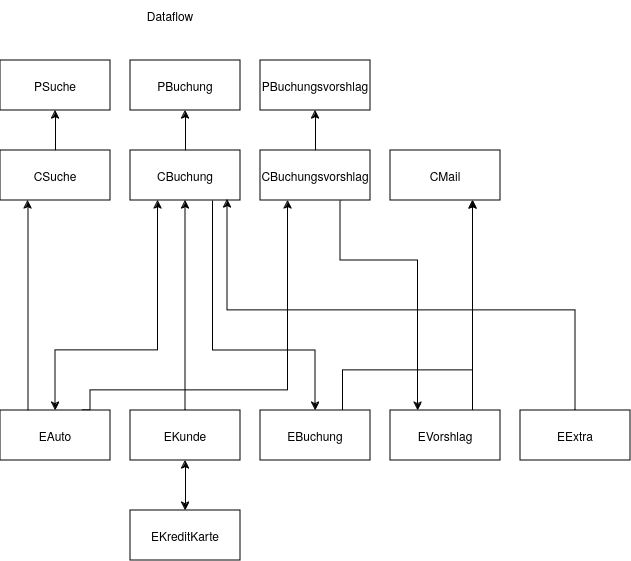
Before: sw-eng-07.drawio.png, a diagram exported from draw.io (MassimiIiano/software-eng-projects-uni). Source tidied: cells renumbered, new cells last; positions are measured from the earlier drawing's top-left corner, leaving out a move shared by most shapes. Its diagram source:
```xml
<mxGraphModel>
  <root>
    <mxCell id="0" />
    <mxCell id="1" parent="0" />
    <mxCell id="2" value="PSuche" style="html=1;whiteSpace=wrap;" parent="1" vertex="1">
      <mxGeometry y="60" width="110" height="50" as="geometry" />
    </mxCell>
    <mxCell id="3" style="edgeStyle=orthogonalEdgeStyle;rounded=0;jettySize=auto;html=1;" parent="1" edge="1" source="4" target="2">
      <mxGeometry relative="1" as="geometry" />
    </mxCell>
    <mxCell id="4" value="CSuche" style="html=1;whiteSpace=wrap;" parent="1" vertex="1">
      <mxGeometry y="150" width="110" height="50" as="geometry" />
    </mxCell>
    <mxCell id="5" style="edgeStyle=orthogonalEdgeStyle;rounded=0;jettySize=auto;html=1;exitX=0.75;exitY=1;exitDx=0;exitDy=0;" parent="1" edge="1" source="7" target="17">
      <mxGeometry relative="1" as="geometry">
        <Array as="points">
          <mxPoint x="213" y="350" />
          <mxPoint x="315" y="350" />
        </Array>
      </mxGeometry>
    </mxCell>
    <mxCell id="6" style="edgeStyle=orthogonalEdgeStyle;rounded=0;jettySize=auto;html=1;" parent="1" edge="1" source="7" target="8">
      <mxGeometry relative="1" as="geometry" />
    </mxCell>
    <mxCell id="7" value="CBuchung" style="html=1;whiteSpace=wrap;" parent="1" vertex="1">
      <mxGeometry x="130" y="150" width="110" height="50" as="geometry" />
    </mxCell>
    <mxCell id="8" value="PBuchung" style="html=1;whiteSpace=wrap;" parent="1" vertex="1">
      <mxGeometry x="130" y="60" width="110" height="50" as="geometry" />
    </mxCell>
    <mxCell id="9" style="edgeStyle=orthogonalEdgeStyle;rounded=0;jettySize=auto;html=1;entryX=0.25;entryY=1;entryDx=0;entryDy=0;exitX=0.25;exitY=0;exitDx=0;exitDy=0;" parent="1" edge="1" source="12" target="4">
      <mxGeometry relative="1" as="geometry" />
    </mxCell>
    <mxCell id="10" style="edgeStyle=orthogonalEdgeStyle;rounded=0;jettySize=auto;html=1;entryX=0.25;entryY=1;entryDx=0;entryDy=0;startArrow=classic;startFill=1;" parent="1" edge="1" source="12" target="7">
      <mxGeometry relative="1" as="geometry">
        <Array as="points">
          <mxPoint x="55" y="350" />
          <mxPoint x="158" y="350" />
        </Array>
      </mxGeometry>
    </mxCell>
    <mxCell id="11" style="edgeStyle=orthogonalEdgeStyle;rounded=0;jettySize=auto;html=1;entryX=0.25;entryY=1;entryDx=0;entryDy=0;exitX=0.75;exitY=0;exitDx=0;exitDy=0;" parent="1" edge="1" source="12" target="23">
      <mxGeometry relative="1" as="geometry">
        <Array as="points">
          <mxPoint x="90" y="410" />
          <mxPoint x="90" y="390" />
          <mxPoint x="288" y="390" />
        </Array>
      </mxGeometry>
    </mxCell>
    <mxCell id="12" value="EAuto" style="html=1;whiteSpace=wrap;" parent="1" vertex="1">
      <mxGeometry y="410" width="110" height="50" as="geometry" />
    </mxCell>
    <mxCell id="13" style="edgeStyle=orthogonalEdgeStyle;rounded=0;jettySize=auto;html=1;entryX=0.5;entryY=1;entryDx=0;entryDy=0;startArrow=none;startFill=0;exitX=0.5;exitY=0;exitDx=0;exitDy=0;" parent="1" edge="1" source="15" target="7">
      <mxGeometry relative="1" as="geometry">
        <Array as="points">
          <mxPoint x="185" y="360" />
          <mxPoint x="185" y="360" />
        </Array>
      </mxGeometry>
    </mxCell>
    <mxCell id="14" style="edgeStyle=orthogonalEdgeStyle;rounded=0;jettySize=auto;html=1;startArrow=classic;startFill=1;" parent="1" edge="1" source="15" target="24">
      <mxGeometry relative="1" as="geometry" />
    </mxCell>
    <mxCell id="15" value="EKunde" style="html=1;whiteSpace=wrap;" parent="1" vertex="1">
      <mxGeometry x="130" y="410" width="110" height="50" as="geometry" />
    </mxCell>
    <mxCell id="16" style="edgeStyle=orthogonalEdgeStyle;rounded=0;jettySize=auto;html=1;entryX=0.75;entryY=1;entryDx=0;entryDy=0;exitX=0.75;exitY=0;exitDx=0;exitDy=0;" parent="1" edge="1" source="17" target="27">
      <mxGeometry relative="1" as="geometry">
        <Array as="points">
          <mxPoint x="343" y="370" />
          <mxPoint x="473" y="370" />
        </Array>
      </mxGeometry>
    </mxCell>
    <mxCell id="17" value="EBuchung" style="html=1;whiteSpace=wrap;" parent="1" vertex="1">
      <mxGeometry x="260" y="410" width="110" height="50" as="geometry" />
    </mxCell>
    <mxCell id="18" value="PBuchungsvorshlag" style="html=1;whiteSpace=wrap;" parent="1" vertex="1">
      <mxGeometry x="260" y="60" width="110" height="50" as="geometry" />
    </mxCell>
    <mxCell id="19" style="edgeStyle=orthogonalEdgeStyle;rounded=0;jettySize=auto;html=1;entryX=0.75;entryY=1;entryDx=0;entryDy=0;" parent="1" edge="1" source="20" target="27">
      <mxGeometry relative="1" as="geometry">
        <Array as="points">
          <mxPoint x="473" y="305" />
        </Array>
      </mxGeometry>
    </mxCell>
    <mxCell id="20" value="EVorshlag" style="html=1;whiteSpace=wrap;" parent="1" vertex="1">
      <mxGeometry x="390" y="410" width="110" height="50" as="geometry" />
    </mxCell>
    <mxCell id="21" style="edgeStyle=orthogonalEdgeStyle;rounded=0;jettySize=auto;html=1;entryX=0.25;entryY=0;entryDx=0;entryDy=0;exitX=0.75;exitY=1;exitDx=0;exitDy=0;" parent="1" edge="1" source="23" target="20">
      <mxGeometry relative="1" as="geometry">
        <Array as="points">
          <mxPoint x="340" y="200" />
          <mxPoint x="340" y="260" />
          <mxPoint x="418" y="260" />
        </Array>
      </mxGeometry>
    </mxCell>
    <mxCell id="22" style="edgeStyle=orthogonalEdgeStyle;rounded=0;jettySize=auto;html=1;" parent="1" edge="1" source="23" target="18">
      <mxGeometry relative="1" as="geometry" />
    </mxCell>
    <mxCell id="23" value="CBuchungsvorshlag" style="html=1;whiteSpace=wrap;" parent="1" vertex="1">
      <mxGeometry x="260" y="150" width="110" height="50" as="geometry" />
    </mxCell>
    <mxCell id="24" value="EKreditKarte" style="html=1;whiteSpace=wrap;" parent="1" vertex="1">
      <mxGeometry x="130" y="510" width="110" height="50" as="geometry" />
    </mxCell>
    <mxCell id="25" value="EExtra" style="html=1;whiteSpace=wrap;" parent="1" vertex="1">
      <mxGeometry x="520" y="410" width="110" height="50" as="geometry" />
    </mxCell>
    <mxCell id="26" value="Dataflow" style="text;strokeColor=none;align=center;fillColor=none;html=1;verticalAlign=middle;whiteSpace=wrap;rounded=0;" parent="1" vertex="1">
      <mxGeometry x="140" width="60" height="30" as="geometry" />
    </mxCell>
    <mxCell id="27" value="CMail" style="html=1;whiteSpace=wrap;" parent="1" vertex="1">
      <mxGeometry x="390" y="150" width="110" height="50" as="geometry" />
    </mxCell>
    <mxCell id="28" style="edgeStyle=orthogonalEdgeStyle;rounded=0;jettySize=auto;html=1;entryX=0.882;entryY=0.98;entryDx=0;entryDy=0;entryPerimeter=0;" parent="1" edge="1" source="25" target="7">
      <mxGeometry relative="1" as="geometry">
        <Array as="points">
          <mxPoint x="575" y="310" />
          <mxPoint x="227" y="310" />
        </Array>
      </mxGeometry>
    </mxCell>
  </root>
</mxGraphModel>
```
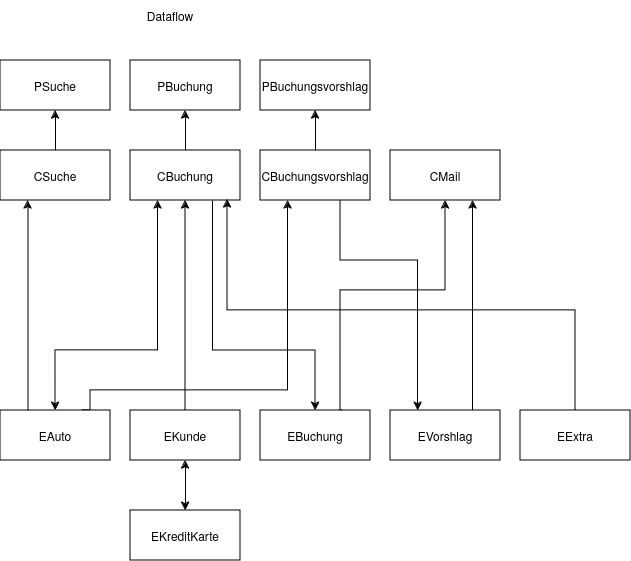
Later version of the same file.

Change to the diagram source:
```diff
@@ -65,11 +65,12 @@
     <mxCell id="15" value="EKunde" style="html=1;whiteSpace=wrap;" parent="1" vertex="1">
       <mxGeometry x="130" y="410" width="110" height="50" as="geometry" />
     </mxCell>
-    <mxCell id="16" style="edgeStyle=orthogonalEdgeStyle;rounded=0;jettySize=auto;html=1;entryX=0.75;entryY=1;entryDx=0;entryDy=0;exitX=0.75;exitY=0;exitDx=0;exitDy=0;" parent="1" edge="1" source="17" target="27">
+    <mxCell id="16" style="edgeStyle=orthogonalEdgeStyle;rounded=0;jettySize=auto;html=1;exitX=0.75;exitY=0;exitDx=0;exitDy=0;" parent="1" edge="1" source="17" target="27">
       <mxGeometry relative="1" as="geometry">
         <Array as="points">
-          <mxPoint x="343" y="370" />
-          <mxPoint x="473" y="370" />
+          <mxPoint x="340" y="410" />
+          <mxPoint x="340" y="290" />
+          <mxPoint x="445" y="290" />
         </Array>
       </mxGeometry>
     </mxCell>
```
